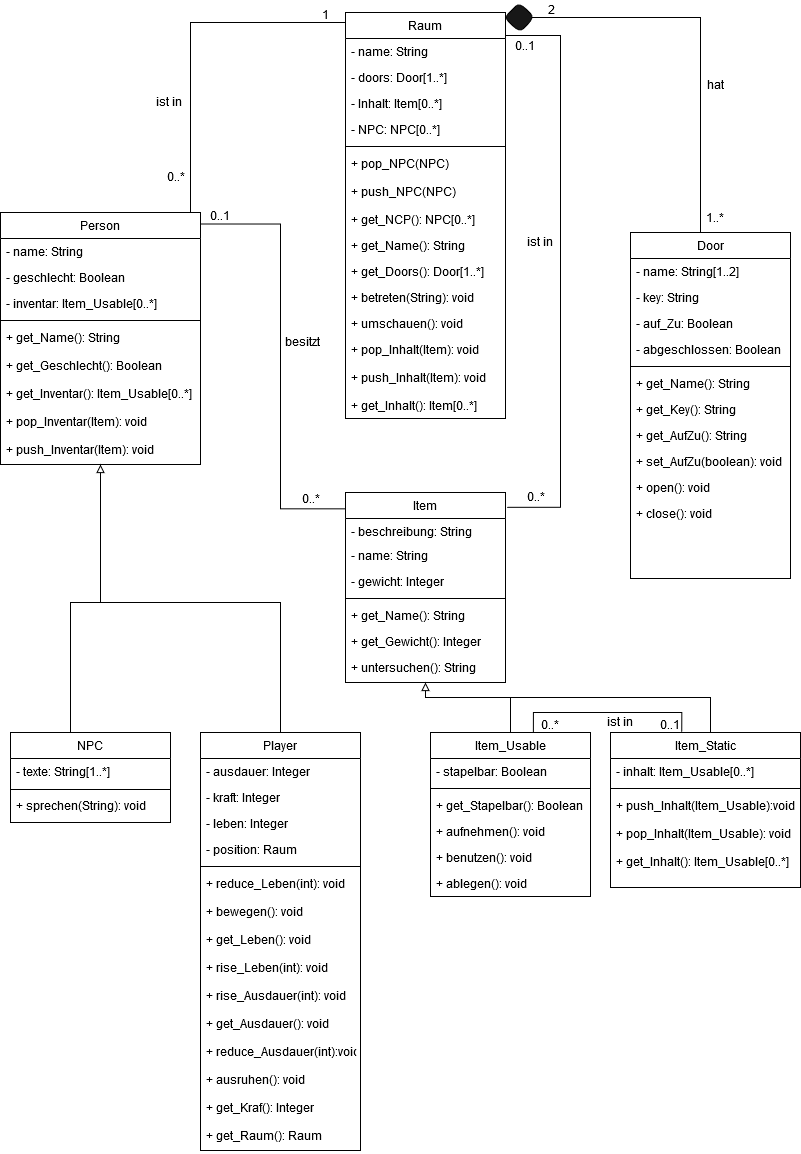
Earlier version of the draw.io export Klassendiagram.png (Elegond/AE-Text-Adventure). Source tidied: cells renumbered, new cells last; positions are measured from the earlier drawing's top-left corner, leaving out a move shared by most shapes.
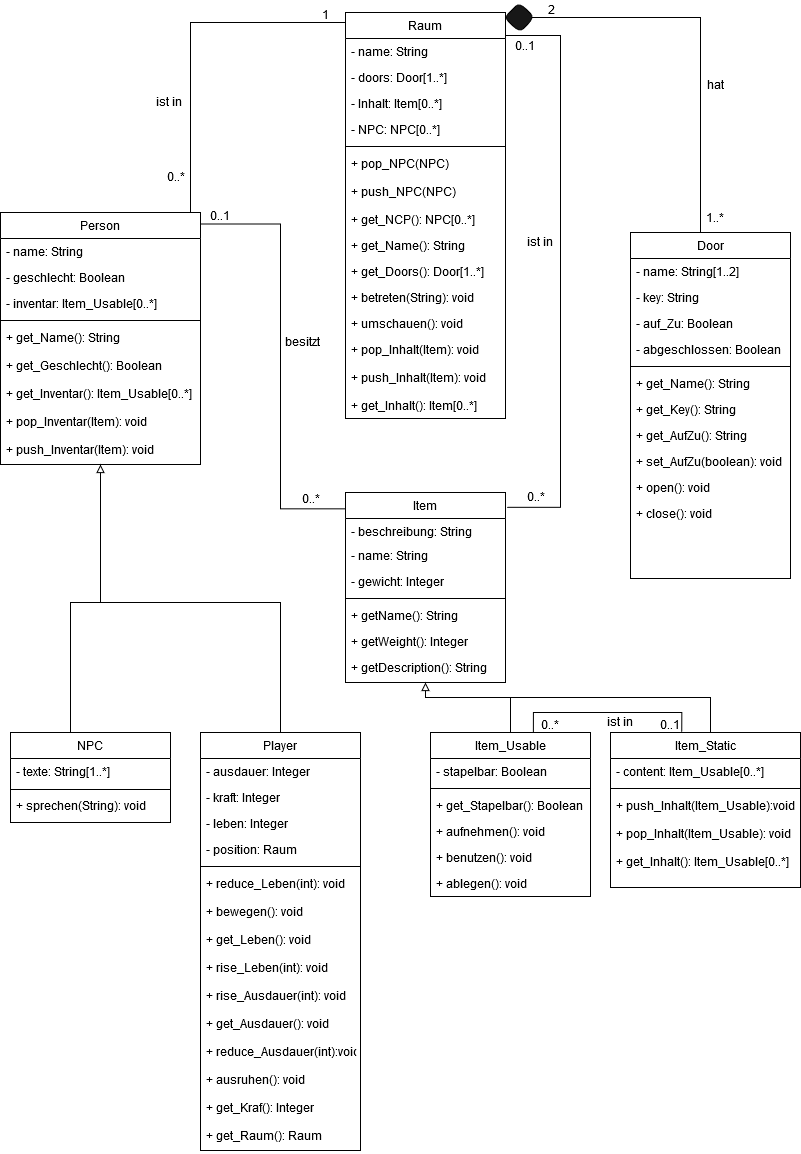
After the change.

The edit, as a diff of the source:
```diff
@@ -111,13 +111,13 @@
     <mxCell id="34" style="line;html=1;strokeWidth=1;align=left;verticalAlign=middle;spacingTop=-1;spacingLeft=3;spacingRight=3;labelPosition=right;" parent="30" vertex="1">
       <mxGeometry y="102" width="160" height="8" as="geometry" />
     </mxCell>
-    <mxCell id="35" value="+ get_Name(): String" style="text;align=left;verticalAlign=top;spacingLeft=4;spacingRight=4;overflow=hidden;" parent="30" vertex="1">
+    <mxCell id="35" value="+ getName(): String" style="text;align=left;verticalAlign=top;spacingLeft=4;spacingRight=4;overflow=hidden;" parent="30" vertex="1">
       <mxGeometry y="110" width="160" height="26" as="geometry" />
     </mxCell>
-    <mxCell id="36" value="+ get_Gewicht(): Integer" style="text;align=left;verticalAlign=top;spacingLeft=4;spacingRight=4;overflow=hidden;" parent="30" vertex="1">
+    <mxCell id="36" value="+ getWeight(): Integer" style="text;align=left;verticalAlign=top;spacingLeft=4;spacingRight=4;overflow=hidden;" parent="30" vertex="1">
       <mxGeometry y="136" width="160" height="26" as="geometry" />
     </mxCell>
-    <mxCell id="37" value="+ untersuchen(): String" style="text;align=left;verticalAlign=top;spacingLeft=4;spacingRight=4;overflow=hidden;rounded=0;shadow=0;html=0;" parent="30" vertex="1">
+    <mxCell id="37" value="+ getDescription(): String" style="text;align=left;verticalAlign=top;spacingLeft=4;spacingRight=4;overflow=hidden;rounded=0;shadow=0;html=0;" parent="30" vertex="1">
       <mxGeometry y="162" width="160" height="26" as="geometry" />
     </mxCell>
     <mxCell id="38" style="edgeStyle=orthogonalEdgeStyle;rounded=0;jettySize=auto;html=1;exitX=0.5;exitY=0;exitDx=0;exitDy=0;endArrow=none;endFill=0;" parent="1" edge="1" source="40">
@@ -142,7 +142,7 @@
     <mxCell id="40" value="Item_Static" style="swimlane;fontStyle=0;align=center;verticalAlign=top;horizontal=1;startSize=26;rounded=0;shadow=0;strokeWidth=1;" parent="1" vertex="1">
       <mxGeometry x="610" y="732" width="190" height="155" as="geometry" />
     </mxCell>
-    <mxCell id="41" value="- inhalt: Item_Usable[0..*]" style="text;align=left;verticalAlign=top;spacingLeft=4;spacingRight=4;overflow=hidden;rounded=0;shadow=0;html=0;" parent="40" vertex="1">
+    <mxCell id="41" value="- content: Item_Usable[0..*]" style="text;align=left;verticalAlign=top;spacingLeft=4;spacingRight=4;overflow=hidden;rounded=0;shadow=0;html=0;" parent="40" vertex="1">
       <mxGeometry y="26" width="190" height="26" as="geometry" />
     </mxCell>
     <mxCell id="42" style="line;html=1;strokeWidth=1;align=left;verticalAlign=middle;spacingTop=-1;spacingLeft=3;spacingRight=3;labelPosition=right;" parent="40" vertex="1">
```
